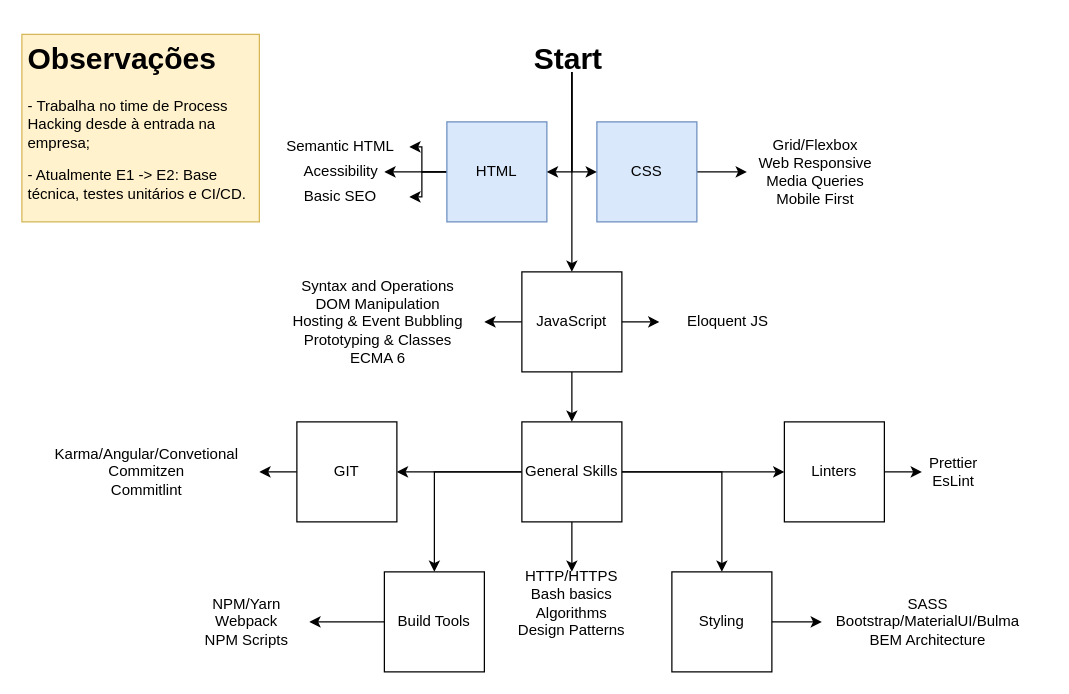
This is Roadmap.drawio from azraelgarden/maju-mentoria, a draw.io file, before an edit. Source tidied: cells renumbered, new cells numbered last; positions are measured from the earlier drawing's top-left corner, leaving out a move shared by most shapes. Both pictures are drawn from the tidied source at 125%, with x=0, y=0 at pixel (21, 34).
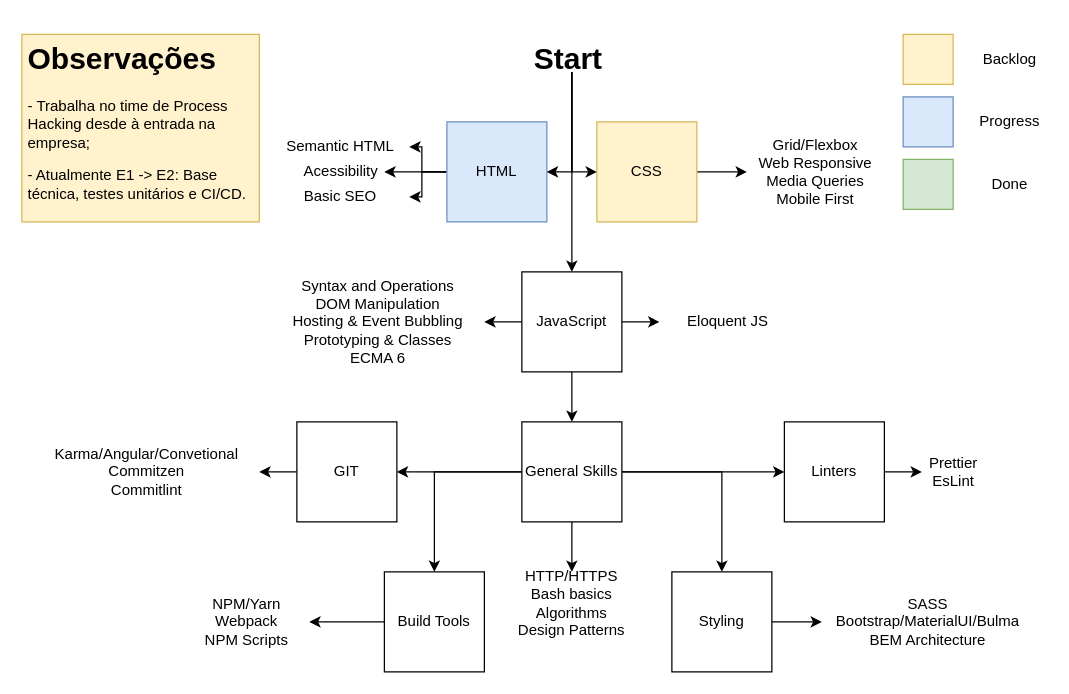
The same page after the edit.

Diff of the diagram source:
```diff
@@
-    <mxCell id="8" value="CSS" style="whiteSpace=wrap;html=1;fillColor=#dae8fc;strokeColor=#6c8ebf;" parent="1" vertex="1">
+    <mxCell id="8" value="CSS" style="whiteSpace=wrap;html=1;fillColor=#fff2cc;strokeColor=#d6b656;" parent="1" vertex="1">
       <mxGeometry x="460" y="70" width="80" height="80" as="geometry" />
     </mxCell>
@@
+    <mxCell id="45" style="whiteSpace=wrap;html=1;fillColor=#dae8fc;strokeColor=#6c8ebf;" parent="1" vertex="1">
+      <mxGeometry x="705" y="50" width="40" height="40" as="geometry" />
+    </mxCell>
+    <mxCell id="46" value="Progress" style="text;html=1;align=center;verticalAlign=middle;strokeColor=none;" parent="1" vertex="1">
+      <mxGeometry x="760" y="60" width="60" height="20" as="geometry" />
+    </mxCell>
+    <mxCell id="47" style="whiteSpace=wrap;html=1;fillColor=#fff2cc;strokeColor=#d6b656;" parent="1" vertex="1">
+      <mxGeometry x="705" width="40" height="40" as="geometry" />
+    </mxCell>
+    <mxCell id="48" value="Backlog" style="text;html=1;align=center;verticalAlign=middle;strokeColor=none;" parent="1" vertex="1">
+      <mxGeometry x="760" y="10" width="60" height="20" as="geometry" />
+    </mxCell>
+    <mxCell id="49" style="whiteSpace=wrap;html=1;fillColor=#d5e8d4;strokeColor=#82b366;" parent="1" vertex="1">
+      <mxGeometry x="705" y="100" width="40" height="40" as="geometry" />
+    </mxCell>
+    <mxCell id="50" value="Done" style="text;html=1;align=center;verticalAlign=middle;strokeColor=none;" parent="1" vertex="1">
+      <mxGeometry x="770" y="110" width="40" height="20" as="geometry" />
+    </mxCell>
```
